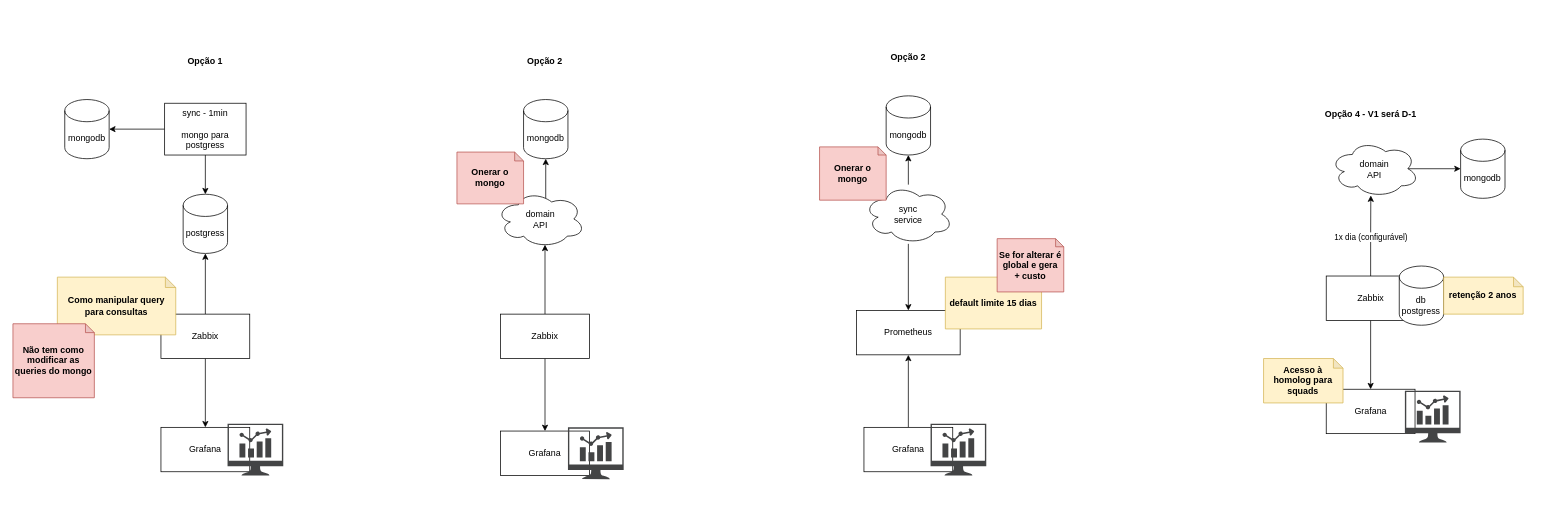
Earlier version of the draw.io diagram Via+Mobile-Dash-metricas.drawio (rribeiro93k/draw-docs). Source tidied: cells renumbered, new cells numbered last; positions are measured from the earlier drawing's top-left corner, leaving out a move shared by most shapes. Both pictures are drawn from the tidied source at 74%, with x=0, y=0 at pixel (13, 46).
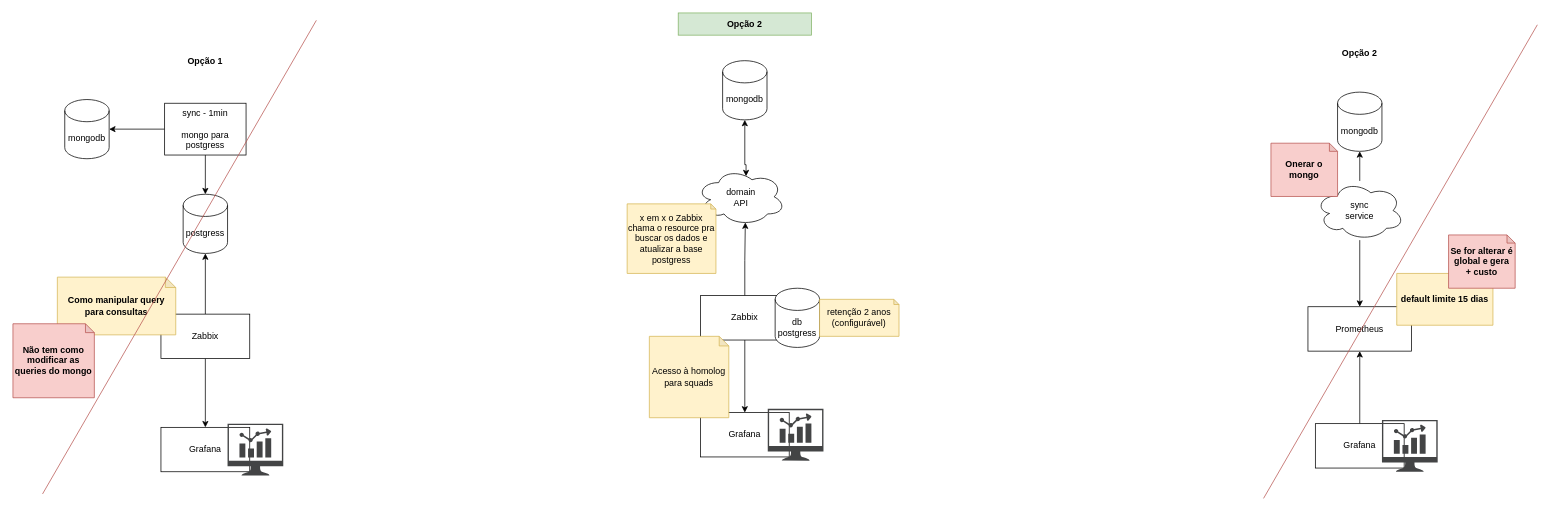
After the change.

The edit, as a diff of the source:
```diff
@@
     <mxCell id="12" value="Grafana" style="rounded=0;whiteSpace=wrap;html=1;" parent="1" vertex="1">
-      <mxGeometry x="1150" y="515" width="120" height="60" as="geometry" />
+      <mxGeometry x="1760" y="510" width="120" height="60" as="geometry" />
     </mxCell>
     <mxCell id="13" value="Prometheus" style="rounded=0;whiteSpace=wrap;html=1;" parent="1" vertex="1">
-      <mxGeometry x="1140" y="357" width="140" height="60" as="geometry" />
+      <mxGeometry x="1750" y="352" width="140" height="60" as="geometry" />
     </mxCell>
@@
     <mxCell id="16" value="sync&lt;br&gt;service" style="ellipse;shape=cloud;whiteSpace=wrap;html=1;" parent="1" vertex="1">
-      <mxGeometry x="1150" y="187" width="120" height="80" as="geometry" />
+      <mxGeometry x="1760" y="182" width="120" height="80" as="geometry" />
     </mxCell>
     <mxCell id="17" value="mongodb" style="shape=cylinder3;whiteSpace=wrap;html=1;boundedLbl=1;backgroundOutline=1;size=15;" parent="1" vertex="1">
-      <mxGeometry x="1180" y="67" width="60" height="80" as="geometry" />
+      <mxGeometry x="1790" y="62" width="60" height="80" as="geometry" />
     </mxCell>
     <mxCell id="18" value="&lt;b style=&quot;border-color: var(--border-color);&quot;&gt;default limite 15 dias&lt;/b&gt;" style="shape=note;whiteSpace=wrap;html=1;backgroundOutline=1;darkOpacity=0.05;size=13;fillColor=#fff2cc;strokeColor=#d6b656;" parent="1" vertex="1">
-      <mxGeometry x="1260" y="312" width="130" height="70" as="geometry" />
+      <mxGeometry x="1870" y="307" width="130" height="70" as="geometry" />
     </mxCell>
@@
     <mxCell id="20" value="Grafana" style="rounded=0;whiteSpace=wrap;html=1;" parent="1" vertex="1">
-      <mxGeometry x="659" y="520" width="120" height="60" as="geometry" />
+      <mxGeometry x="929" y="495" width="120" height="60" as="geometry" />
     </mxCell>
     <mxCell id="21" value="mongodb" style="shape=cylinder3;whiteSpace=wrap;html=1;boundedLbl=1;backgroundOutline=1;size=15;" parent="1" vertex="1">
-      <mxGeometry x="690" y="72" width="60" height="80" as="geometry" />
+      <mxGeometry x="959" y="19.5" width="60" height="80" as="geometry" />
     </mxCell>
@@
     <mxCell id="24" value="Zabbix" style="rounded=0;whiteSpace=wrap;html=1;" parent="1" vertex="1">
-      <mxGeometry x="659" y="362" width="120" height="60" as="geometry" />
+      <mxGeometry x="929" y="337" width="120" height="60" as="geometry" />
     </mxCell>
-    <mxCell id="25" style="edgeStyle=orthogonalEdgeStyle;rounded=0;jettySize=auto;html=1;entryX=0.5;entryY=1;entryDx=0;entryDy=0;entryPerimeter=0;exitX=0.558;exitY=0.138;exitDx=0;exitDy=0;exitPerimeter=0;" parent="1" edge="1" source="26" target="21">
-      <mxGeometry relative="1" as="geometry" />
+    <mxCell id="25" style="edgeStyle=orthogonalEdgeStyle;rounded=0;jettySize=auto;html=1;entryX=0.5;entryY=1;entryDx=0;entryDy=0;entryPerimeter=0;exitX=0.558;exitY=0.138;exitDx=0;exitDy=0;exitPerimeter=0;startArrow=classic;startFill=1;" parent="1" edge="1" source="26" target="21">
+      <mxGeometry relative="1" as="geometry">
+        <Array as="points">
+          <mxPoint x="991" y="160" />
+          <mxPoint x="989" y="160" />
+        </Array>
+      </mxGeometry>
     </mxCell>
     <mxCell id="26" value="domain&lt;br&gt;API" style="ellipse;shape=cloud;whiteSpace=wrap;html=1;" parent="1" vertex="1">
-      <mxGeometry x="653" y="195" width="120" height="77" as="geometry" />
+      <mxGeometry x="923.7" y="165" width="120" height="77" as="geometry" />
     </mxCell>
-    <mxCell id="27" value="&lt;b&gt;Onerar o mongo&lt;/b&gt;" style="shape=note;whiteSpace=wrap;html=1;backgroundOutline=1;darkOpacity=0.05;size=12;fillColor=#f8cecc;strokeColor=#b85450;" parent="1" vertex="1">
-      <mxGeometry x="600" y="143" width="90" height="70" as="geometry" />
-    </mxCell>
     <mxCell id="28" value="&lt;b&gt;Onerar o mongo&lt;/b&gt;" style="shape=note;whiteSpace=wrap;html=1;backgroundOutline=1;darkOpacity=0.05;size=11;fillColor=#f8cecc;strokeColor=#b85450;" parent="1" vertex="1">
-      <mxGeometry x="1090" y="136" width="90" height="72" as="geometry" />
+      <mxGeometry x="1700" y="131" width="90" height="72" as="geometry" />
     </mxCell>
@@
     <mxCell id="30" style="sketch=0;shadow=0;dashed=0;html=1;strokeColor=none;fillColor=#434445;labelPosition=center;verticalLabelPosition=bottom;verticalAlign=top;align=center;shape=mxgraph.vvd.nsx_dashboard;" parent="1" vertex="1">
-      <mxGeometry x="750" y="515" width="75.3" height="70" as="geometry" />
+      <mxGeometry x="1020" y="490" width="75.3" height="70" as="geometry" />
     </mxCell>
     <mxCell id="31" style="sketch=0;shadow=0;dashed=0;html=1;strokeColor=none;fillColor=#434445;labelPosition=center;verticalLabelPosition=bottom;verticalAlign=top;align=center;shape=mxgraph.vvd.nsx_dashboard;" parent="1" vertex="1">
-      <mxGeometry x="1240" y="510" width="75.3" height="70" as="geometry" />
+      <mxGeometry x="1850" y="505" width="75.3" height="70" as="geometry" />
     </mxCell>
@@
-    <mxCell id="33" value="Opção 2" style="text;html=1;strokeColor=none;fillColor=none;align=center;verticalAlign=middle;whiteSpace=wrap;rounded=0;fontStyle=1;" parent="1" vertex="1">
-      <mxGeometry x="629" y="5" width="180" height="30" as="geometry" />
+    <mxCell id="33" value="Opção 2" style="text;html=1;strokeColor=#82b366;fillColor=#d5e8d4;align=center;verticalAlign=middle;whiteSpace=wrap;rounded=0;fontStyle=1;" parent="1" vertex="1">
+      <mxGeometry x="899" y="-45" width="180" height="30" as="geometry" />
     </mxCell>
     <mxCell id="34" value="Opção 2" style="text;html=1;strokeColor=none;fillColor=none;align=center;verticalAlign=middle;whiteSpace=wrap;rounded=0;fontStyle=1;" parent="1" vertex="1">
-      <mxGeometry x="1120" width="180" height="30" as="geometry" />
+      <mxGeometry x="1730" y="-5" width="180" height="30" as="geometry" />
     </mxCell>
     <mxCell id="35" value="&lt;b&gt;Se for alterar é global e gera &lt;br&gt;+ custo&lt;/b&gt;" style="shape=note;whiteSpace=wrap;html=1;backgroundOutline=1;darkOpacity=0.05;size=11;fillColor=#f8cecc;strokeColor=#b85450;" parent="1" vertex="1">
-      <mxGeometry x="1330" y="260" width="90" height="72" as="geometry" />
+      <mxGeometry x="1940" y="255" width="90" height="72" as="geometry" />
     </mxCell>
@@
-    <mxCell id="37" value="Grafana" style="rounded=0;whiteSpace=wrap;html=1;" parent="1" vertex="1">
-      <mxGeometry x="1774.7" y="463.5" width="120" height="60" as="geometry" />
-    </mxCell>
-    <mxCell id="38" value="mongodb" style="shape=cylinder3;whiteSpace=wrap;html=1;boundedLbl=1;backgroundOutline=1;size=15;" parent="1" vertex="1">
-      <mxGeometry x="1956.3" y="125.5" width="60" height="80" as="geometry" />
-    </mxCell>
-    <mxCell id="39" style="edgeStyle=orthogonalEdgeStyle;rounded=0;jettySize=auto;html=1;entryX=0.5;entryY=0;entryDx=0;entryDy=0;exitX=0.5;exitY=1;exitDx=0;exitDy=0;" parent="1" edge="1" source="40" target="37">
-      <mxGeometry relative="1" as="geometry" />
-    </mxCell>
-    <mxCell id="40" value="Zabbix" style="rounded=0;whiteSpace=wrap;html=1;" parent="1" vertex="1">
-      <mxGeometry x="1774.7" y="310.5" width="120" height="60" as="geometry" />
-    </mxCell>
-    <mxCell id="41" style="edgeStyle=orthogonalEdgeStyle;rounded=0;jettySize=auto;html=1;entryX=0;entryY=0.5;entryDx=0;entryDy=0;entryPerimeter=0;exitX=0.875;exitY=0.5;exitDx=0;exitDy=0;exitPerimeter=0;" parent="1" edge="1" source="42" target="38">
-      <mxGeometry relative="1" as="geometry" />
-    </mxCell>
-    <mxCell id="42" value="domain&lt;br&gt;API" style="ellipse;shape=cloud;whiteSpace=wrap;html=1;" parent="1" vertex="1">
-      <mxGeometry x="1780" y="127" width="120" height="77" as="geometry" />
-    </mxCell>
-    <mxCell id="43" style="sketch=0;shadow=0;dashed=0;html=1;strokeColor=none;fillColor=#434445;labelPosition=center;verticalLabelPosition=bottom;verticalAlign=top;align=center;shape=mxgraph.vvd.nsx_dashboard;" parent="1" vertex="1">
-      <mxGeometry x="1881" y="465.5" width="75.3" height="70" as="geometry" />
-    </mxCell>
-    <mxCell id="44" value="Opção 4 - V1 será D-1" style="text;html=1;strokeColor=none;fillColor=none;align=center;verticalAlign=middle;whiteSpace=wrap;rounded=0;fontStyle=1;" parent="1" vertex="1">
-      <mxGeometry x="1744.7" y="77" width="180" height="30" as="geometry" />
-    </mxCell>
-    <mxCell id="45" value="1x dia (configurável)" style="edgeStyle=orthogonalEdgeStyle;rounded=0;jettySize=auto;html=1;entryX=0.458;entryY=0.97;entryDx=0;entryDy=0;entryPerimeter=0;exitX=0.5;exitY=0;exitDx=0;exitDy=0;" parent="1" edge="1" source="40" target="42">
-      <mxGeometry x="-0.02" relative="1" as="geometry" />
-    </mxCell>
+    <mxCell id="48" value="&lt;span style=&quot;border-color: var(--border-color);&quot;&gt;Acesso à homolog para squads&lt;/span&gt;" style="shape=note;whiteSpace=wrap;html=1;backgroundOutline=1;darkOpacity=0.05;size=13;fillColor=#fff2cc;strokeColor=#d6b656;fontStyle=0;" parent="1" vertex="1">
+      <mxGeometry x="860" y="392" width="107.4" height="110" as="geometry" />
+    </mxCell>
     <mxCell id="46" value="db&lt;br&gt;postgress" style="shape=cylinder3;whiteSpace=wrap;html=1;boundedLbl=1;backgroundOutline=1;size=15;" parent="1" vertex="1">
-      <mxGeometry x="1873.4" y="297" width="60" height="80" as="geometry" />
+      <mxGeometry x="1030" y="327" width="60" height="80" as="geometry" />
     </mxCell>
-    <mxCell id="47" value="&lt;b style=&quot;border-color: var(--border-color);&quot;&gt;retenção 2 anos&lt;/b&gt;" style="shape=note;whiteSpace=wrap;html=1;backgroundOutline=1;darkOpacity=0.05;size=13;fillColor=#fff2cc;strokeColor=#d6b656;" parent="1" vertex="1">
-      <mxGeometry x="1933.4" y="312" width="107.4" height="50" as="geometry" />
-    </mxCell>
-    <mxCell id="48" value="&lt;b style=&quot;border-color: var(--border-color);&quot;&gt;Acesso à homolog para squads&lt;/b&gt;" style="shape=note;whiteSpace=wrap;html=1;backgroundOutline=1;darkOpacity=0.05;size=13;fillColor=#fff2cc;strokeColor=#d6b656;" parent="1" vertex="1">
-      <mxGeometry x="1690" y="422" width="107.4" height="60" as="geometry" />
-    </mxCell>
+    <mxCell id="49" value="&lt;span style=&quot;border-color: var(--border-color);&quot;&gt;retenção 2 anos&lt;br&gt;(configurável)&lt;br&gt;&lt;/span&gt;" style="shape=note;whiteSpace=wrap;html=1;backgroundOutline=1;darkOpacity=0.05;size=7;fillColor=#fff2cc;strokeColor=#d6b656;fontStyle=0;" parent="1" vertex="1">
+      <mxGeometry x="1090" y="342" width="107.4" height="50" as="geometry" />
+    </mxCell>
+    <mxCell id="50" style="endArrow=none;html=1;rounded=0;fillColor=#f8cecc;strokeColor=#b85450;" parent="1" edge="1">
+      <mxGeometry relative="1" as="geometry">
+        <mxPoint x="40" y="605" as="sourcePoint" />
+        <mxPoint x="410" y="-35" as="targetPoint" />
+      </mxGeometry>
+    </mxCell>
+    <mxCell id="51" style="endArrow=none;html=1;rounded=0;fillColor=#f8cecc;strokeColor=#b85450;" parent="1" edge="1">
+      <mxGeometry relative="1" as="geometry">
+        <mxPoint x="1690" y="611" as="sourcePoint" />
+        <mxPoint x="2060" y="-29" as="targetPoint" />
+      </mxGeometry>
+    </mxCell>
+    <mxCell id="52" value="&lt;span style=&quot;border-color: var(--border-color);&quot;&gt;x em x o Zabbix chama o resource pra buscar os dados e atualizar a base postgress&lt;br&gt;&lt;/span&gt;" style="shape=note;whiteSpace=wrap;html=1;backgroundOutline=1;darkOpacity=0.05;size=7;fillColor=#fff2cc;strokeColor=#d6b656;fontStyle=0;" parent="1" vertex="1">
+      <mxGeometry x="830" y="213" width="120" height="94" as="geometry" />
+    </mxCell>
```
